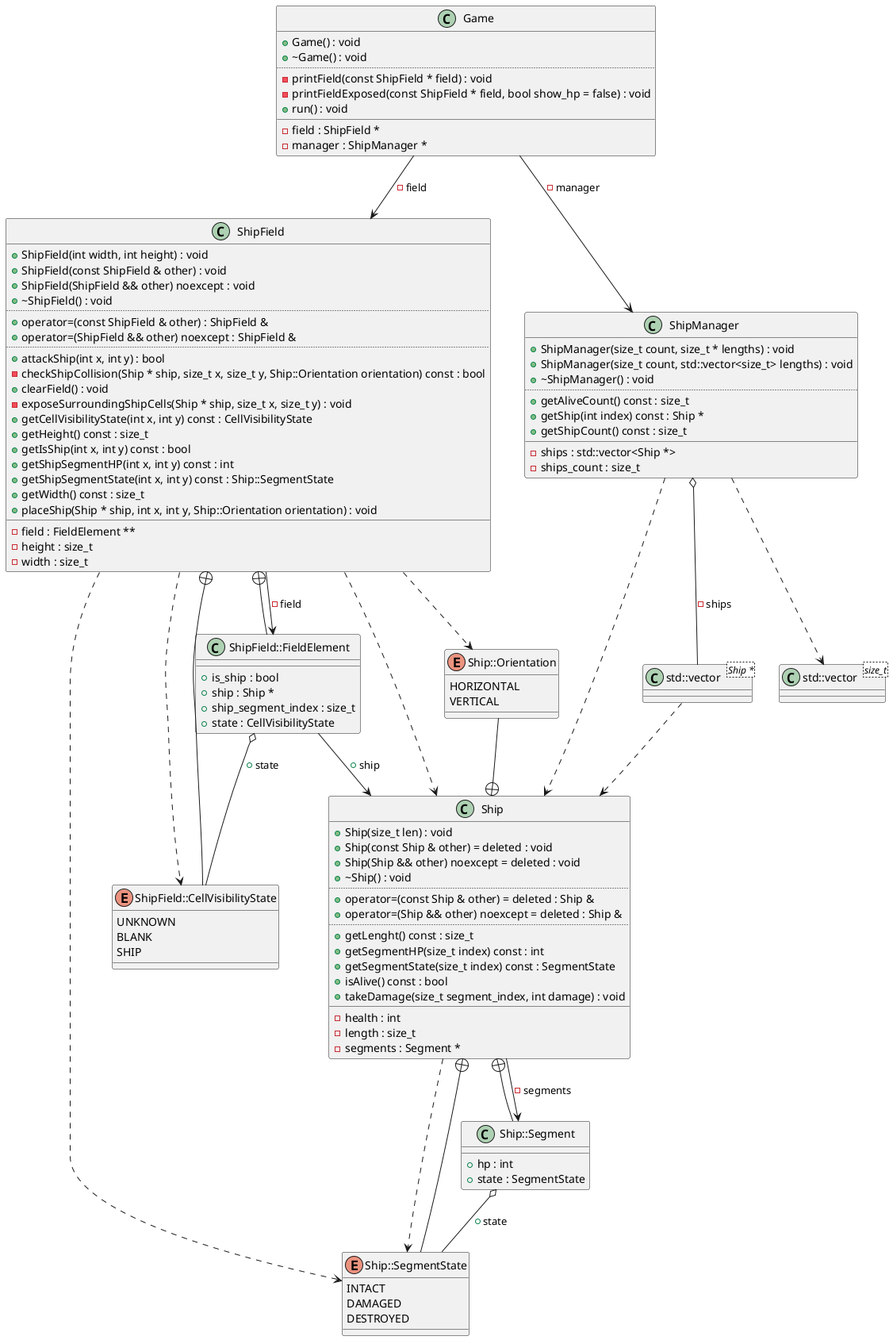
Earlier version of the PlantUML export diagrams/Game.png (Rennelv/ships).
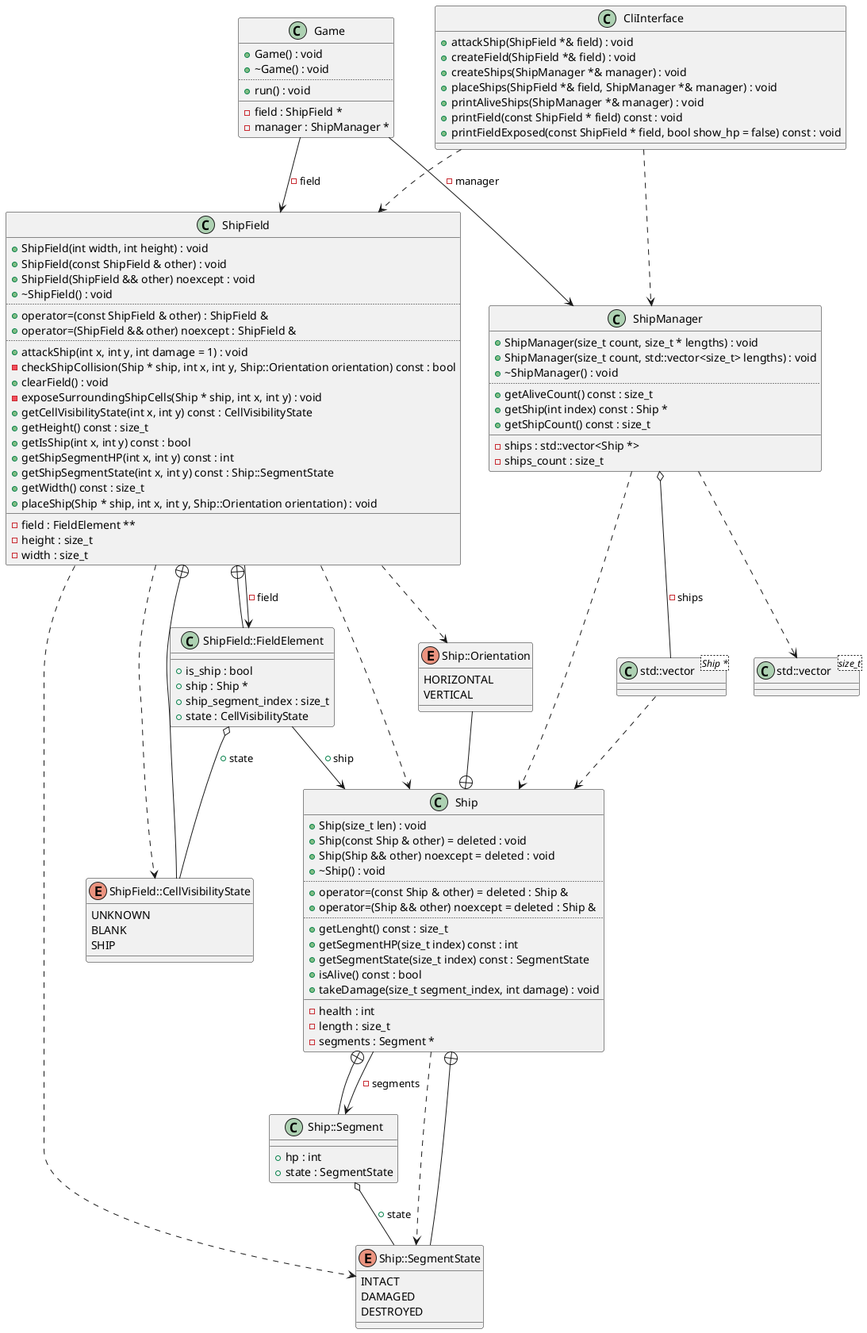
The same diagram one commit later.

Commit message:
Refactor Game class and added CliInterface class

The edit, as a diff of the source:
```diff
@@ -54,10 +54,10 @@
 +operator=(const ShipField & other) : ShipField &
 +operator=(ShipField && other) noexcept : ShipField &
 ..
-+attackShip(int x, int y) : bool
--checkShipCollision(Ship * ship, size_t x, size_t y, Ship::Orientation orientation) const : bool
++attackShip(int x, int y, int damage = 1) : void
+-checkShipCollision(Ship * ship, int x, int y, Ship::Orientation orientation) const : bool
 +clearField() : void
--exposeSurroundingShipCells(Ship * ship, size_t x, size_t y) : void
+-exposeSurroundingShipCells(Ship * ship, int x, int y) : void
 +getCellVisibilityState(int x, int y) const : CellVisibilityState
 +getHeight() const : size_t
 +getIsShip(int x, int y) const : bool
@@ -102,12 +102,21 @@
 +Game() : void
 +~Game() : void
 ..
--printField(const ShipField * field) : void
--printFieldExposed(const ShipField * field, bool show_hp = false) : void
 +run() : void
 __
 -field : ShipField *
 -manager : ShipManager *
+}
+class "CliInterface" as C_0005047295129698031663
+class C_0005047295129698031663 {
++attackShip(ShipField *& field) : void
++createField(ShipField *& field) : void
++createShips(ShipManager *& manager) : void
++placeShips(ShipField *& field, ShipManager *& manager) : void
++printAliveShips(ShipManager *& manager) : void
++printField(const ShipField * field) const : void
++printFieldExposed(const ShipField * field, bool show_hp = false) const : void
+__
 }
 C_0007462257846685508834 ..> C_0014529657433315016423
 C_0014529657433315016423 ..> C_0016593760204207859148
@@ -130,5 +139,7 @@
 C_0017499122254539489506 o-- C_0007462257846685508834 : -ships
 C_0017470460303031448044 --> C_0003843296779074973901 : -field
 C_0017470460303031448044 --> C_0017499122254539489506 : -manager
+C_0005047295129698031663 ..> C_0003843296779074973901
+C_0005047295129698031663 ..> C_0017499122254539489506
 
 @enduml
```
